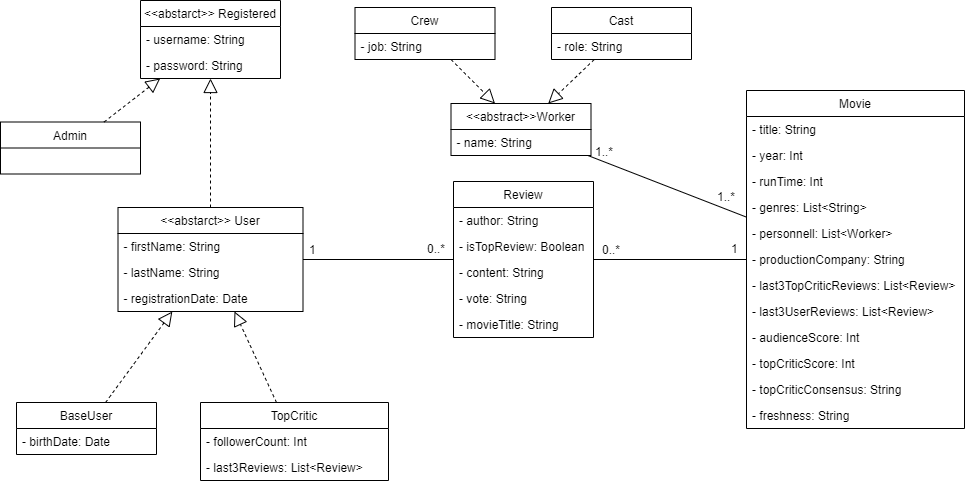
glmquint/RottenMovies keeps this draw.io diagram as ClassDiagram.png. Above is the earlier version. Source tidied: cells renumbered, new cells last; positions are measured from the earlier drawing's top-left corner, leaving out a move shared by most shapes.
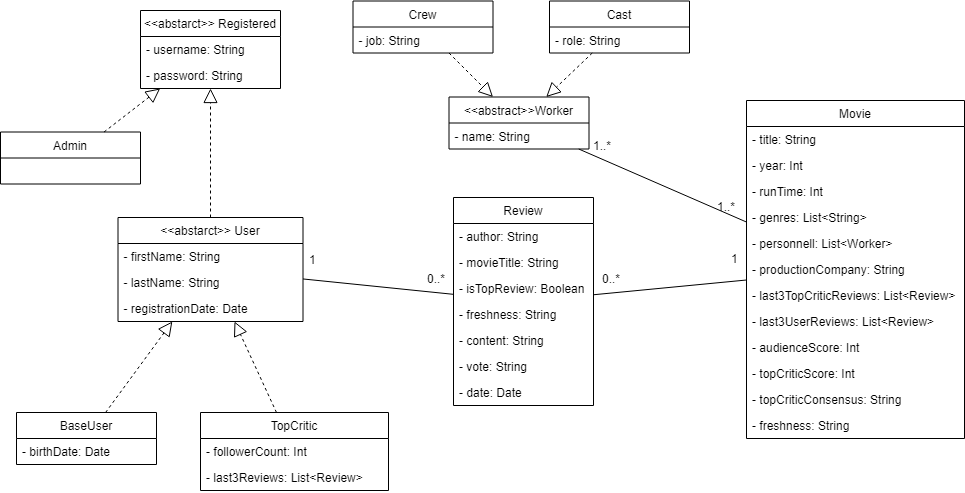
After the commit.

Commit message:
fix review fields in uml diagram

Diff of the diagram source:
```diff
@@ -103,37 +103,43 @@
       <mxGeometry y="312" width="218" height="26" as="geometry" />
     </mxCell>
     <mxCell id="34" value="Review" style="swimlane;fontStyle=0;horizontal=1;startSize=26;fillColor=none;" parent="1" vertex="1">
-      <mxGeometry x="453" y="181" width="140" height="156" as="geometry" />
+      <mxGeometry x="453" y="187" width="140" height="208" as="geometry" />
     </mxCell>
     <mxCell id="35" value="- author: String" style="text;strokeColor=none;fillColor=none;align=left;verticalAlign=top;spacingLeft=4;spacingRight=4;overflow=hidden;" parent="34" vertex="1">
       <mxGeometry y="26" width="140" height="26" as="geometry" />
     </mxCell>
+    <mxCell id="39" value="- movieTitle: String" style="text;strokeColor=none;fillColor=none;align=left;verticalAlign=top;spacingLeft=4;spacingRight=4;overflow=hidden;" parent="34" vertex="1">
+      <mxGeometry y="52" width="140" height="26" as="geometry" />
+    </mxCell>
     <mxCell id="36" value="- isTopReview: Boolean" style="text;strokeColor=none;fillColor=none;align=left;verticalAlign=top;spacingLeft=4;spacingRight=4;overflow=hidden;" parent="34" vertex="1">
-      <mxGeometry y="52" width="140" height="26" as="geometry" />
+      <mxGeometry y="78" width="140" height="26" as="geometry" />
     </mxCell>
+    <mxCell id="57" value="- freshness: String" style="text;strokeColor=none;fillColor=none;align=left;verticalAlign=top;spacingLeft=4;spacingRight=4;overflow=hidden;" parent="34" vertex="1">
+      <mxGeometry y="104" width="140" height="26" as="geometry" />
+    </mxCell>
     <mxCell id="37" value="- content: String" style="text;strokeColor=none;fillColor=none;align=left;verticalAlign=top;spacingLeft=4;spacingRight=4;overflow=hidden;" parent="34" vertex="1">
-      <mxGeometry y="78" width="140" height="26" as="geometry" />
+      <mxGeometry y="130" width="140" height="26" as="geometry" />
     </mxCell>
     <mxCell id="38" value="- vote: String" style="text;strokeColor=none;fillColor=none;align=left;verticalAlign=top;spacingLeft=4;spacingRight=4;overflow=hidden;" parent="34" vertex="1">
-      <mxGeometry y="104" width="140" height="26" as="geometry" />
+      <mxGeometry y="156" width="140" height="26" as="geometry" />
     </mxCell>
-    <mxCell id="39" value="- movieTitle: String" style="text;strokeColor=none;fillColor=none;align=left;verticalAlign=top;spacingLeft=4;spacingRight=4;overflow=hidden;" parent="34" vertex="1">
-      <mxGeometry y="130" width="140" height="26" as="geometry" />
-    </mxCell>
+    <mxCell id="58" value="- date: Date" style="text;strokeColor=none;fillColor=none;align=left;verticalAlign=top;spacingLeft=4;spacingRight=4;overflow=hidden;" parent="34" vertex="1">
+      <mxGeometry y="182" width="140" height="26" as="geometry" />
+    </mxCell>
     <mxCell id="40" value="&lt;&lt;abstract&gt;&gt;Worker" style="swimlane;fontStyle=0;horizontal=1;startSize=26;fillColor=none;" parent="1" vertex="1">
-      <mxGeometry x="450.5" y="103" width="140" height="52" as="geometry" />
+      <mxGeometry x="448.5" y="86.5" width="140" height="52" as="geometry" />
     </mxCell>
     <mxCell id="41" value="- name: String" style="text;strokeColor=none;fillColor=none;align=left;verticalAlign=top;spacingLeft=4;spacingRight=4;overflow=hidden;" parent="40" vertex="1">
       <mxGeometry y="26" width="140" height="26" as="geometry" />
     </mxCell>
     <mxCell id="42" value="Crew" style="swimlane;fontStyle=0;horizontal=1;startSize=26;fillColor=none;" parent="1" vertex="1">
-      <mxGeometry x="354.5" y="7" width="140" height="52" as="geometry" />
+      <mxGeometry x="352.5" y="-9.5" width="140" height="52" as="geometry" />
     </mxCell>
     <mxCell id="43" value="- job: String" style="text;strokeColor=none;fillColor=none;align=left;verticalAlign=top;spacingLeft=4;spacingRight=4;overflow=hidden;" parent="42" vertex="1">
       <mxGeometry y="26" width="140" height="26" as="geometry" />
     </mxCell>
     <mxCell id="44" value="Cast" style="swimlane;fontStyle=0;horizontal=1;startSize=26;fillColor=none;" parent="1" vertex="1">
-      <mxGeometry x="551" y="7" width="140" height="52" as="geometry" />
+      <mxGeometry x="549" y="-9.5" width="140" height="52" as="geometry" />
     </mxCell>
     <mxCell id="45" value="- role: String" style="text;strokeColor=none;fillColor=none;align=left;verticalAlign=top;spacingLeft=4;spacingRight=4;overflow=hidden;" parent="44" vertex="1">
       <mxGeometry y="26" width="140" height="26" as="geometry" />
@@ -154,19 +160,19 @@
       <mxGeometry x="714.5" y="187" width="28" height="14" as="geometry" />
     </mxCell>
     <mxCell id="51" value="1..*" style="text;html=1;align=left;verticalAlign=top;spacingTop=-4;" parent="1" vertex="1">
-      <mxGeometry x="593" y="142" width="28" height="14" as="geometry" />
+      <mxGeometry x="591" y="125.5" width="28" height="14" as="geometry" />
     </mxCell>
     <mxCell id="52" value="1" style="text;html=1;align=left;verticalAlign=top;spacingTop=-4;" parent="1" vertex="1">
       <mxGeometry x="728.5" y="239" width="17" height="14" as="geometry" />
     </mxCell>
     <mxCell id="53" value="0..*" style="text;html=1;align=left;verticalAlign=top;spacingTop=-4;" parent="1" vertex="1">
-      <mxGeometry x="599.5" y="240" width="28" height="14" as="geometry" />
+      <mxGeometry x="599.5" y="259" width="28" height="14" as="geometry" />
     </mxCell>
     <mxCell id="54" style="endArrow=none;endFill=0;endSize=12;html=1;" parent="1" edge="1" source="34" target="9">
       <mxGeometry relative="1" as="geometry" />
     </mxCell>
     <mxCell id="55" value="0..*" style="text;html=1;align=left;verticalAlign=top;spacingTop=-4;" parent="1" vertex="1">
-      <mxGeometry x="425" y="239" width="28" height="14" as="geometry" />
+      <mxGeometry x="425" y="259" width="28" height="14" as="geometry" />
     </mxCell>
     <mxCell id="56" value="1" style="text;html=1;align=left;verticalAlign=top;spacingTop=-4;" parent="1" vertex="1">
       <mxGeometry x="307" y="240" width="17" height="14" as="geometry" />
```
